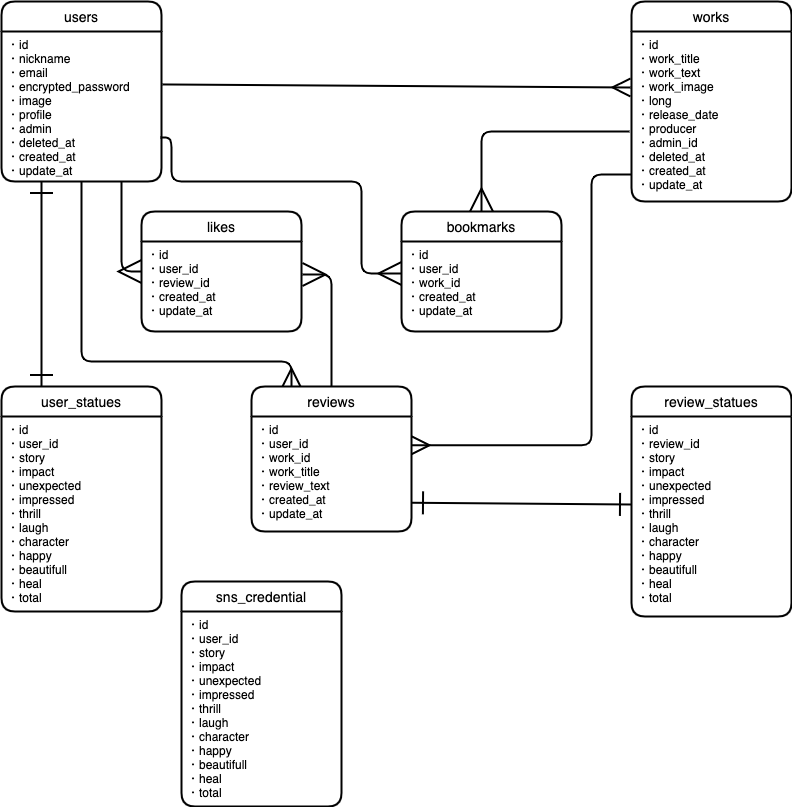
hatanotakahiro/sympasee keeps this draw.io diagram as ER.dio.png. Above is the earlier version. Source tidied: cells renumbered, new cells last; positions are measured from the earlier drawing's top-left corner, leaving out a move shared by most shapes.
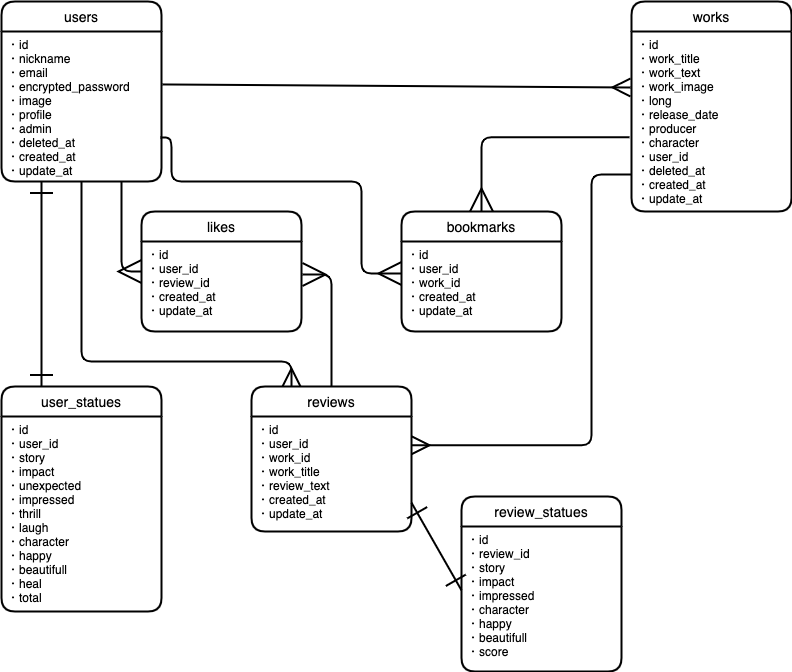
After the commit.

The edit, as a diff of the source:
```diff
@@ -15,10 +15,10 @@
       <mxGeometry relative="1" as="geometry" />
     </mxCell>
     <mxCell id="6" value="works" style="swimlane;horizontal=1;startSize=30;rounded=1;fontSize=14;fontStyle=0;strokeWidth=2;shadow=0;dashed=0;align=center;" parent="1" vertex="1">
-      <mxGeometry x="630" width="160" height="200" as="geometry" />
+      <mxGeometry x="630" width="160" height="210" as="geometry" />
     </mxCell>
-    <mxCell id="7" value="・id&#10;・work_title&#10;・work_text&#10;・work_image&#10;・long&#10;・release_date&#10;・producer&#10;・admin_id&#10;・deleted_at&#10;・created_at&#10;・update_at&#10;" style="align=left;strokeColor=none;fillColor=none;spacingLeft=4;fontSize=12;verticalAlign=top;" parent="6" vertex="1">
-      <mxGeometry y="30" width="160" height="170" as="geometry" />
+    <mxCell id="7" value="・id&#10;・work_title&#10;・work_text&#10;・work_image&#10;・long&#10;・release_date&#10;・producer&#10;・character&#10;・user_id&#10;・deleted_at&#10;・created_at&#10;・update_at&#10;" style="align=left;strokeColor=none;fillColor=none;spacingLeft=4;fontSize=12;verticalAlign=top;" parent="6" vertex="1">
+      <mxGeometry y="30" width="160" height="180" as="geometry" />
     </mxCell>
     <mxCell id="8" value="reviews" style="swimlane;horizontal=1;startSize=30;rounded=1;fontSize=14;fontStyle=0;strokeWidth=2;shadow=0;dashed=0;align=center;" parent="1" vertex="1">
       <mxGeometry x="250" y="385" width="160" height="145" as="geometry" />
@@ -52,10 +52,10 @@
       <mxGeometry relative="1" as="geometry" />
     </mxCell>
     <mxCell id="16" value="review_statues" style="swimlane;horizontal=1;startSize=30;rounded=1;fontSize=14;fontStyle=0;strokeWidth=2;shadow=0;dashed=0;align=center;" parent="1" vertex="1">
-      <mxGeometry x="630" y="385" width="160" height="230" as="geometry" />
+      <mxGeometry x="460" y="495" width="160" height="175" as="geometry" />
     </mxCell>
-    <mxCell id="17" value="・id&#10;・review_id&#10;・story&#10;・impact&#10;・unexpected&#10;・impressed&#10;・thrill&#10;・laugh&#10;・character&#10;・happy&#10;・beautifull&#10;・heal&#10;・total" style="align=left;strokeColor=none;fillColor=none;spacingLeft=4;fontSize=12;verticalAlign=top;" parent="16" vertex="1">
-      <mxGeometry y="30" width="160" height="200" as="geometry" />
+    <mxCell id="17" value="・id&#10;・review_id&#10;・story&#10;・impact&#10;・impressed&#10;・character&#10;・happy&#10;・beautifull&#10;・score" style="align=left;strokeColor=none;fillColor=none;spacingLeft=4;fontSize=12;verticalAlign=top;" parent="16" vertex="1">
+      <mxGeometry y="30" width="160" height="145" as="geometry" />
     </mxCell>
     <mxCell id="18" style="edgeStyle=orthogonalEdgeStyle;fontSize=12;html=1;endArrow=none;exitX=1;exitY=0.25;exitDx=0;exitDy=0;jumpSize=6;strokeWidth=2;endSize=15;endFill=0;startArrow=ERmany;startFill=0;startSize=15;" parent="1" edge="1" source="9">
       <mxGeometry relative="1" as="geometry">
@@ -97,11 +97,5 @@
     <mxCell id="26" style="fontSize=12;html=1;endArrow=ERmany;endFill=0;strokeWidth=2;exitX=-0.012;exitY=0.588;exitDx=0;exitDy=0;endSize=20;startArrow=none;startFill=0;targetPerimeterSpacing=0;startSize=20;entryX=0.5;entryY=0;entryDx=0;entryDy=0;edgeStyle=orthogonalEdgeStyle;exitPerimeter=0;" parent="1" edge="1" source="7" target="23">
       <mxGeometry relative="1" as="geometry" />
     </mxCell>
-    <mxCell id="27" value="sns_credential " style="swimlane;horizontal=1;startSize=30;rounded=1;fontSize=14;fontStyle=0;strokeWidth=2;shadow=0;dashed=0;align=center;" parent="1" vertex="1">
-      <mxGeometry x="180" y="580" width="160" height="225" as="geometry" />
-    </mxCell>
-    <mxCell id="28" value="・id&#10;・user_id&#10;・story&#10;・impact&#10;・unexpected&#10;・impressed&#10;・thrill&#10;・laugh&#10;・character&#10;・happy&#10;・beautifull&#10;・heal&#10;・total&#10;&#10;&#10;&#10;" style="align=left;strokeColor=none;fillColor=none;spacingLeft=4;fontSize=12;verticalAlign=top;" parent="27" vertex="1">
-      <mxGeometry y="30" width="160" height="195" as="geometry" />
-    </mxCell>
   </root>
 </mxGraphModel>
```
